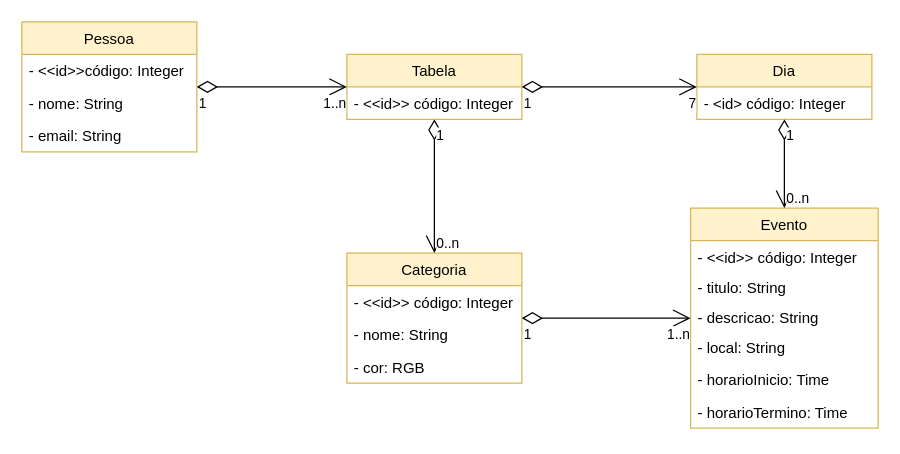
Above: Modelo_Conceitual.drawio in GPMS/trabalhoDAW (draw.io), before the change. Source tidied: cells renumbered, new cells numbered last; positions are measured from the earlier drawing's top-left corner, leaving out a move shared by most shapes. Both pictures are drawn from the tidied source at 125%, with x=0, y=0 at pixel (21, 21).
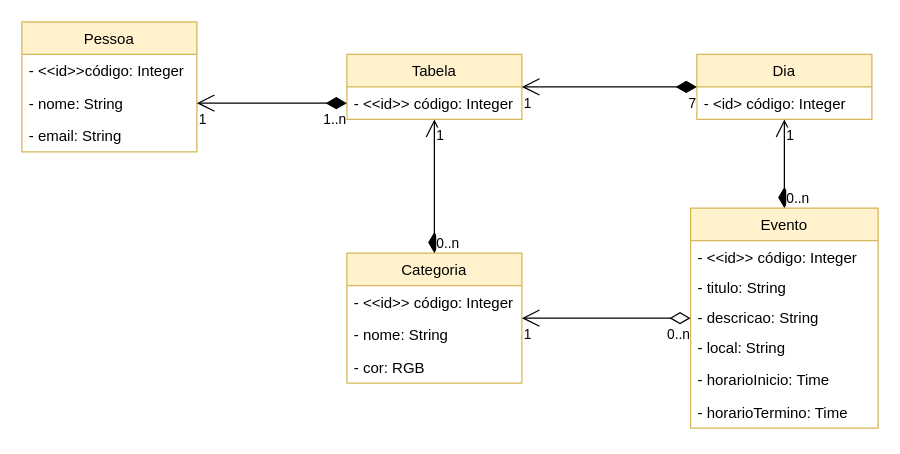
The same diagram, later.

Commit message:
Concertei a direcao das setas

Unchanged cells that the change refers to:
```xml
<mxCell id="2" value="Pessoa" style="swimlane;fontStyle=0;horizontal=1;startSize=26;fillColor=#fff2cc;strokeColor=#d6b656;" parent="1" vertex="1">
  <mxGeometry width="140" height="104" as="geometry" />
</mxCell>
<mxCell id="4" value="- nome: String" style="text;strokeColor=none;fillColor=none;align=left;verticalAlign=top;spacingLeft=4;spacingRight=4;overflow=hidden;points=[[0,0.5],[1,0.5]];portConstraint=eastwest;" parent="2" vertex="1">
  <mxGeometry y="52" width="140" height="26" as="geometry" />
</mxCell>
<mxCell id="6" value="Tabela" style="swimlane;fontStyle=0;horizontal=1;startSize=26;fillColor=#fff2cc;strokeColor=#d6b656;" parent="1" vertex="1">
  <mxGeometry x="260" y="26" width="140" height="52" as="geometry" />
</mxCell>
<mxCell id="7" value="- &lt;&lt;id&gt;&gt; código: Integer&#10;" style="text;strokeColor=none;fillColor=none;align=left;verticalAlign=top;spacingLeft=4;spacingRight=4;overflow=hidden;points=[[0,0.5],[1,0.5]];portConstraint=eastwest;" parent="6" vertex="1">
  <mxGeometry y="26" width="140" height="26" as="geometry" />
</mxCell>
<mxCell id="8" value="Dia" style="swimlane;fontStyle=0;horizontal=1;startSize=26;fillColor=#fff2cc;strokeColor=#d6b656;" parent="1" vertex="1">
  <mxGeometry x="540" y="26" width="140" height="52" as="geometry" />
</mxCell>
<mxCell id="10" value="Evento" style="swimlane;fontStyle=0;horizontal=1;startSize=26;fillColor=#fff2cc;strokeColor=#d6b656;" parent="1" vertex="1">
  <mxGeometry x="535" y="149" width="150" height="176" as="geometry" />
</mxCell>
<mxCell id="17" value="Categoria" style="swimlane;fontStyle=0;horizontal=1;startSize=26;fillColor=#fff2cc;strokeColor=#d6b656;" parent="1" vertex="1">
  <mxGeometry x="260" y="185" width="140" height="104" as="geometry" />
</mxCell>
```

Diff of the diagram source:
```diff
@@
-    <mxCell id="21" style="endArrow=open;html=1;endSize=12;startArrow=diamondThin;startSize=14;startFill=0;edgeStyle=orthogonalEdgeStyle;" parent="1" edge="1" source="2" target="6">
+    <mxCell id="21" style="endArrow=open;html=1;endSize=12;startArrow=diamondThin;startSize=14;startFill=1;edgeStyle=orthogonalEdgeStyle;entryX=1;entryY=0.5;entryDx=0;entryDy=0;exitX=0;exitY=0.5;exitDx=0;exitDy=0;" parent="1" edge="1" source="7" target="4">
       <mxGeometry relative="1" as="geometry" />
     </mxCell>
-    <mxCell id="22" value="1" style="edgeLabel;html=1;align=left;verticalAlign=top;" parent="21" vertex="1">
+    <mxCell id="22" value="1..n" style="edgeLabel;html=1;align=right;verticalAlign=top;labelPosition=left;verticalLabelPosition=bottom;" parent="21" vertex="1">
       <mxGeometry x="-1" relative="1" as="geometry" />
     </mxCell>
-    <mxCell id="23" value="1..n" style="edgeLabel;html=1;align=right;verticalAlign=top;" parent="21" vertex="1">
+    <mxCell id="23" value="1" style="edgeLabel;html=1;align=left;verticalAlign=top;labelPosition=right;verticalLabelPosition=bottom;" parent="21" vertex="1">
       <mxGeometry x="1" relative="1" as="geometry" />
     </mxCell>
-    <mxCell id="24" style="endArrow=open;html=1;endSize=12;startArrow=diamondThin;startSize=14;startFill=0;edgeStyle=orthogonalEdgeStyle;" parent="1" edge="1" source="6" target="8">
+    <mxCell id="24" style="endArrow=open;html=1;endSize=12;startArrow=diamondThin;startSize=14;startFill=1;edgeStyle=orthogonalEdgeStyle;" parent="1" edge="1" source="8" target="6">
       <mxGeometry relative="1" as="geometry" />
     </mxCell>
-    <mxCell id="25" value="1" style="edgeLabel;html=1;align=left;verticalAlign=top;" parent="24" vertex="1">
+    <mxCell id="25" value="7" style="edgeLabel;html=1;align=right;verticalAlign=top;labelPosition=left;verticalLabelPosition=bottom;" parent="24" vertex="1">
       <mxGeometry x="-1" relative="1" as="geometry" />
     </mxCell>
-    <mxCell id="26" value="7" style="edgeLabel;html=1;align=right;verticalAlign=top;" parent="24" vertex="1">
+    <mxCell id="26" value="1" style="edgeLabel;html=1;align=left;verticalAlign=top;labelPosition=right;verticalLabelPosition=bottom;" parent="24" vertex="1">
       <mxGeometry x="1" relative="1" as="geometry" />
     </mxCell>
-    <mxCell id="27" style="endArrow=open;html=1;endSize=12;startArrow=diamondThin;startSize=14;startFill=0;edgeStyle=orthogonalEdgeStyle;entryX=0.5;entryY=0;entryDx=0;entryDy=0;" parent="1" edge="1" source="8" target="10">
+    <mxCell id="27" style="endArrow=open;html=1;endSize=12;startArrow=diamondThin;startSize=14;startFill=1;edgeStyle=orthogonalEdgeStyle;" parent="1" edge="1" source="10" target="8">
       <mxGeometry relative="1" as="geometry" />
     </mxCell>
-    <mxCell id="28" value="1" style="edgeLabel;html=1;align=left;verticalAlign=top;" parent="27" vertex="1">
+    <mxCell id="28" value="0..n" style="edgeLabel;html=1;align=left;verticalAlign=bottom;labelPosition=right;verticalLabelPosition=top;" parent="27" vertex="1">
       <mxGeometry x="-1" relative="1" as="geometry" />
     </mxCell>
-    <mxCell id="29" value="0..n" style="edgeLabel;html=1;align=left;verticalAlign=bottom;labelPosition=right;verticalLabelPosition=top;" parent="27" vertex="1">
+    <mxCell id="29" value="1" style="edgeLabel;html=1;align=left;verticalAlign=top;labelPosition=right;verticalLabelPosition=bottom;" parent="27" vertex="1">
       <mxGeometry x="1" relative="1" as="geometry" />
     </mxCell>
-    <mxCell id="30" style="endArrow=open;html=1;endSize=12;startArrow=diamondThin;startSize=14;startFill=0;edgeStyle=orthogonalEdgeStyle;" parent="1" edge="1" source="6" target="17">
+    <mxCell id="30" style="endArrow=open;html=1;endSize=12;startArrow=diamondThin;startSize=14;startFill=1;edgeStyle=orthogonalEdgeStyle;" parent="1" edge="1" source="17" target="6">
       <mxGeometry relative="1" as="geometry" />
     </mxCell>
-    <mxCell id="31" value="1" style="edgeLabel;html=1;align=left;verticalAlign=top;" parent="30" vertex="1">
+    <mxCell id="31" value="0..n" style="edgeLabel;html=1;align=left;verticalAlign=bottom;labelPosition=right;verticalLabelPosition=top;" parent="30" vertex="1">
       <mxGeometry x="-1" relative="1" as="geometry" />
     </mxCell>
-    <mxCell id="32" value="0..n" style="edgeLabel;html=1;align=left;verticalAlign=bottom;labelPosition=right;verticalLabelPosition=top;" parent="30" vertex="1">
+    <mxCell id="32" value="1" style="edgeLabel;html=1;align=left;verticalAlign=top;labelPosition=right;verticalLabelPosition=bottom;" parent="30" vertex="1">
       <mxGeometry x="1" relative="1" as="geometry" />
     </mxCell>
-    <mxCell id="33" style="endArrow=open;html=1;endSize=12;startArrow=diamondThin;startSize=14;startFill=0;edgeStyle=orthogonalEdgeStyle;" parent="1" edge="1" source="17" target="10">
+    <mxCell id="33" style="endArrow=open;html=1;endSize=12;startArrow=diamondThin;startSize=14;startFill=0;edgeStyle=orthogonalEdgeStyle;" parent="1" edge="1" source="10" target="17">
       <mxGeometry relative="1" as="geometry" />
     </mxCell>
-    <mxCell id="34" value="1" style="edgeLabel;html=1;align=left;verticalAlign=top;" parent="33" vertex="1">
+    <mxCell id="34" value="0..n" style="edgeLabel;html=1;align=right;verticalAlign=top;labelPosition=left;verticalLabelPosition=bottom;" parent="33" vertex="1">
       <mxGeometry x="-1" relative="1" as="geometry" />
     </mxCell>
-    <mxCell id="35" value="1..n" style="edgeLabel;html=1;align=right;verticalAlign=top;" parent="33" vertex="1">
+    <mxCell id="35" value="1" style="edgeLabel;html=1;align=left;verticalAlign=top;labelPosition=right;verticalLabelPosition=bottom;" parent="33" vertex="1">
       <mxGeometry x="1" relative="1" as="geometry" />
     </mxCell>
```
